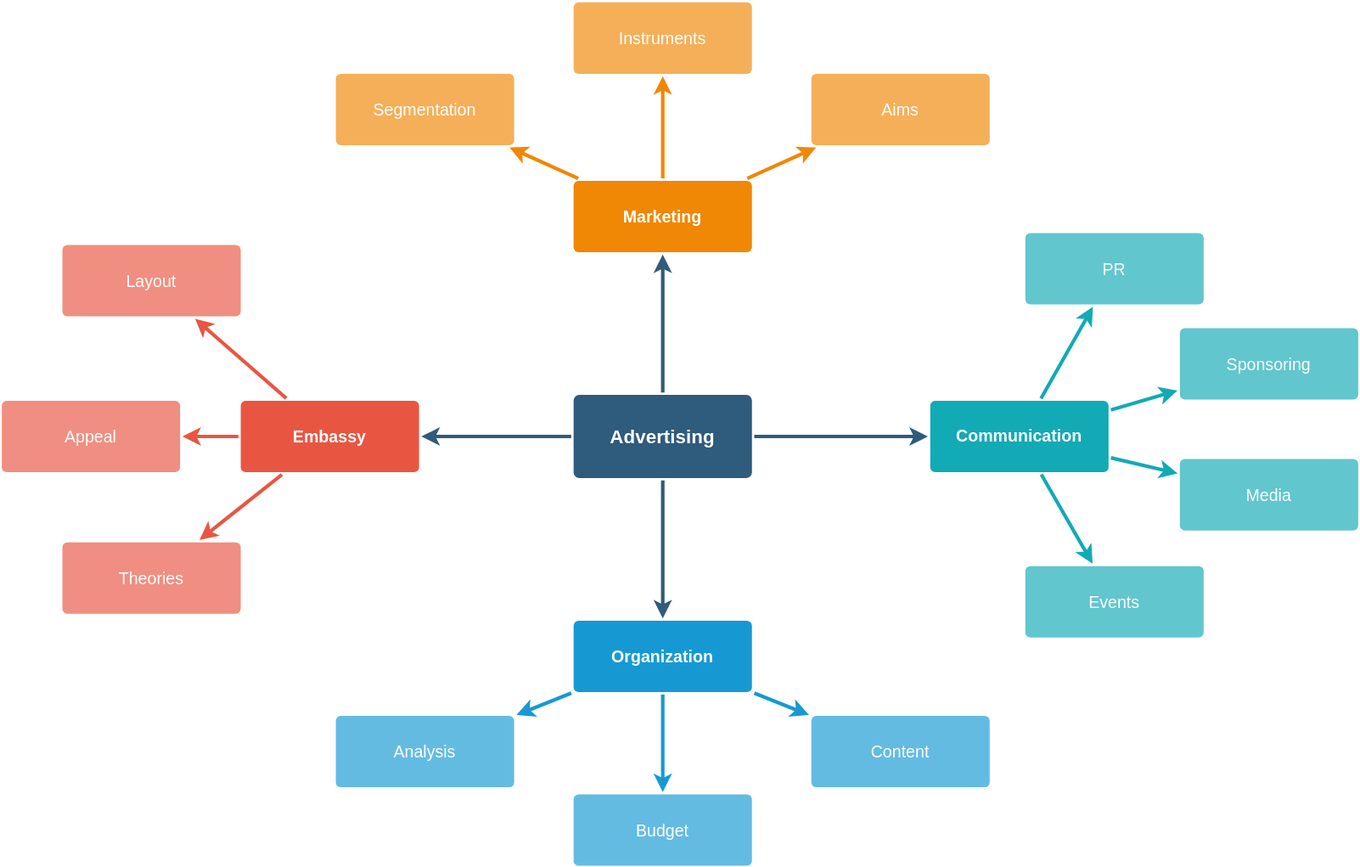
This is Golang/架构图.drawio.svg from yangyangzx/images, a draw.io export, as it was before one commit. Source tidied: cells renumbered, new cells last; positions are measured from the earlier drawing's top-left corner, leaving out a move shared by most shapes. The source it was exported from:
```xml
<mxGraphModel>
  <root>
    <mxCell id="0" />
    <mxCell id="1" parent="0" />
    <mxCell id="2" style="edgeStyle=none;rounded=0;jumpStyle=none;html=1;shadow=0;labelBackgroundColor=none;startArrow=none;startFill=0;endArrow=classic;endFill=1;jettySize=auto;strokeColor=#2F5B7C;strokeWidth=3;fontFamily=Helvetica;fontSize=16;fontColor=#23445D;spacing=5;" parent="1" edge="1" source="6" target="21">
      <mxGeometry relative="1" as="geometry" />
    </mxCell>
    <mxCell id="3" style="edgeStyle=none;rounded=0;jumpStyle=none;html=1;shadow=0;labelBackgroundColor=none;startArrow=none;startFill=0;endArrow=classic;endFill=1;jettySize=auto;strokeColor=#2F5B7C;strokeWidth=3;fontFamily=Helvetica;fontSize=16;fontColor=#23445D;spacing=5;" parent="1" edge="1" source="6" target="28">
      <mxGeometry relative="1" as="geometry" />
    </mxCell>
    <mxCell id="4" style="edgeStyle=none;rounded=0;jumpStyle=none;html=1;shadow=0;labelBackgroundColor=none;startArrow=none;startFill=0;endArrow=classic;endFill=1;jettySize=auto;strokeColor=#2F5B7C;strokeWidth=3;fontFamily=Helvetica;fontSize=16;fontColor=#23445D;spacing=5;" parent="1" edge="1" source="6" target="17">
      <mxGeometry relative="1" as="geometry" />
    </mxCell>
    <mxCell id="5" style="edgeStyle=none;rounded=0;jumpStyle=none;html=1;shadow=0;labelBackgroundColor=none;startArrow=none;startFill=0;endArrow=classic;endFill=1;jettySize=auto;strokeColor=#2F5B7C;strokeWidth=3;fontFamily=Helvetica;fontSize=16;fontColor=#23445D;spacing=5;" parent="1" edge="1" source="6" target="10">
      <mxGeometry relative="1" as="geometry" />
    </mxCell>
    <mxCell id="6" value="Advertising" style="rounded=1;whiteSpace=wrap;html=1;shadow=0;labelBackgroundColor=none;strokeColor=none;strokeWidth=3;fillColor=#2F5B7C;fontFamily=Helvetica;fontSize=16;fontColor=#FFFFFF;align=center;fontStyle=1;spacing=5;arcSize=7;perimeterSpacing=2;" parent="1" vertex="1">
      <mxGeometry x="481" y="330.5" width="150" height="70" as="geometry" />
    </mxCell>
    <mxCell id="7" style="edgeStyle=none;rounded=1;jumpStyle=none;html=1;shadow=0;labelBackgroundColor=none;startArrow=none;startFill=0;jettySize=auto;strokeColor=#E85642;strokeWidth=3;fontFamily=Helvetica;fontSize=14;fontColor=#FFFFFF;spacing=5;fontStyle=1;fillColor=#b0e3e6;" parent="1" edge="1" source="10" target="13">
      <mxGeometry relative="1" as="geometry" />
    </mxCell>
    <mxCell id="8" style="edgeStyle=none;rounded=1;jumpStyle=none;html=1;shadow=0;labelBackgroundColor=none;startArrow=none;startFill=0;jettySize=auto;strokeColor=#E85642;strokeWidth=3;fontFamily=Helvetica;fontSize=14;fontColor=#FFFFFF;spacing=5;fontStyle=1;fillColor=#b0e3e6;" parent="1" edge="1" source="10" target="12">
      <mxGeometry relative="1" as="geometry" />
    </mxCell>
    <mxCell id="9" style="edgeStyle=none;rounded=1;jumpStyle=none;html=1;shadow=0;labelBackgroundColor=none;startArrow=none;startFill=0;jettySize=auto;strokeColor=#E85642;strokeWidth=3;fontFamily=Helvetica;fontSize=14;fontColor=#FFFFFF;spacing=5;fontStyle=1;fillColor=#b0e3e6;" parent="1" edge="1" source="10" target="11">
      <mxGeometry relative="1" as="geometry" />
    </mxCell>
    <mxCell id="10" value="Embassy" style="rounded=1;whiteSpace=wrap;html=1;shadow=0;labelBackgroundColor=none;strokeColor=none;strokeWidth=3;fillColor=#e85642;fontFamily=Helvetica;fontSize=14;fontColor=#FFFFFF;align=center;spacing=5;fontStyle=1;arcSize=7;perimeterSpacing=2;" parent="1" vertex="1">
      <mxGeometry x="201" y="335.5" width="150" height="60" as="geometry" />
    </mxCell>
    <mxCell id="11" value="Theories" style="rounded=1;whiteSpace=wrap;html=1;shadow=0;labelBackgroundColor=none;strokeColor=none;strokeWidth=3;fillColor=#f08e81;fontFamily=Helvetica;fontSize=14;fontColor=#FFFFFF;align=center;spacing=5;fontStyle=0;arcSize=7;perimeterSpacing=2;" parent="1" vertex="1">
      <mxGeometry x="51" y="454.5" width="150" height="60" as="geometry" />
    </mxCell>
    <mxCell id="12" value="Appeal" style="rounded=1;whiteSpace=wrap;html=1;shadow=0;labelBackgroundColor=none;strokeColor=none;strokeWidth=3;fillColor=#f08e81;fontFamily=Helvetica;fontSize=14;fontColor=#FFFFFF;align=center;spacing=5;fontStyle=0;arcSize=7;perimeterSpacing=2;" parent="1" vertex="1">
      <mxGeometry y="335.5" width="150" height="60" as="geometry" />
    </mxCell>
    <mxCell id="13" value="Layout" style="rounded=1;whiteSpace=wrap;html=1;shadow=0;labelBackgroundColor=none;strokeColor=none;strokeWidth=3;fillColor=#f08e81;fontFamily=Helvetica;fontSize=14;fontColor=#FFFFFF;align=center;spacing=5;fontStyle=0;arcSize=7;perimeterSpacing=2;" parent="1" vertex="1">
      <mxGeometry x="51" y="204.5" width="150" height="60" as="geometry" />
    </mxCell>
    <mxCell id="14" style="edgeStyle=none;rounded=0;jumpStyle=none;html=1;shadow=0;labelBackgroundColor=none;startArrow=none;startFill=0;endArrow=classic;endFill=1;jettySize=auto;strokeColor=#1699D3;strokeWidth=3;fontFamily=Helvetica;fontSize=14;fontColor=#FFFFFF;spacing=5;" parent="1" edge="1" source="17" target="20">
      <mxGeometry relative="1" as="geometry" />
    </mxCell>
    <mxCell id="15" style="edgeStyle=none;rounded=0;jumpStyle=none;html=1;shadow=0;labelBackgroundColor=none;startArrow=none;startFill=0;endArrow=classic;endFill=1;jettySize=auto;strokeColor=#1699D3;strokeWidth=3;fontFamily=Helvetica;fontSize=14;fontColor=#FFFFFF;spacing=5;" parent="1" edge="1" source="17" target="19">
      <mxGeometry relative="1" as="geometry" />
    </mxCell>
    <mxCell id="16" style="edgeStyle=none;rounded=0;jumpStyle=none;html=1;shadow=0;labelBackgroundColor=none;startArrow=none;startFill=0;endArrow=classic;endFill=1;jettySize=auto;strokeColor=#1699D3;strokeWidth=3;fontFamily=Helvetica;fontSize=14;fontColor=#FFFFFF;spacing=5;" parent="1" edge="1" source="17" target="18">
      <mxGeometry relative="1" as="geometry" />
    </mxCell>
    <mxCell id="17" value="Organization" style="rounded=1;whiteSpace=wrap;html=1;shadow=0;labelBackgroundColor=none;strokeColor=none;strokeWidth=3;fillColor=#1699d3;fontFamily=Helvetica;fontSize=14;fontColor=#FFFFFF;align=center;spacing=5;fontStyle=1;arcSize=7;perimeterSpacing=2;" parent="1" vertex="1">
      <mxGeometry x="481" y="520.5" width="150" height="60" as="geometry" />
    </mxCell>
    <mxCell id="18" value="Content" style="rounded=1;whiteSpace=wrap;html=1;shadow=0;labelBackgroundColor=none;strokeColor=none;strokeWidth=3;fillColor=#64bbe2;fontFamily=Helvetica;fontSize=14;fontColor=#FFFFFF;align=center;spacing=5;arcSize=7;perimeterSpacing=2;" parent="1" vertex="1">
      <mxGeometry x="681" y="600.5" width="150" height="60" as="geometry" />
    </mxCell>
    <mxCell id="19" value="Budget" style="rounded=1;whiteSpace=wrap;html=1;shadow=0;labelBackgroundColor=none;strokeColor=none;strokeWidth=3;fillColor=#64bbe2;fontFamily=Helvetica;fontSize=14;fontColor=#FFFFFF;align=center;spacing=5;arcSize=7;perimeterSpacing=2;" parent="1" vertex="1">
      <mxGeometry x="481" y="666.5" width="150" height="60" as="geometry" />
    </mxCell>
    <mxCell id="20" value="Analysis" style="rounded=1;whiteSpace=wrap;html=1;shadow=0;labelBackgroundColor=none;strokeColor=none;strokeWidth=3;fillColor=#64bbe2;fontFamily=Helvetica;fontSize=14;fontColor=#FFFFFF;align=center;spacing=5;arcSize=7;perimeterSpacing=2;" parent="1" vertex="1">
      <mxGeometry x="281" y="600.5" width="150" height="60" as="geometry" />
    </mxCell>
    <mxCell id="21" value="Marketing" style="rounded=1;whiteSpace=wrap;html=1;shadow=0;labelBackgroundColor=none;strokeColor=none;strokeWidth=3;fillColor=#F08705;fontFamily=Helvetica;fontSize=14;fontColor=#FFFFFF;align=center;spacing=5;fontStyle=1;arcSize=7;perimeterSpacing=2;" parent="1" vertex="1">
      <mxGeometry x="481" y="150.5" width="150" height="60" as="geometry" />
    </mxCell>
    <mxCell id="22" value="Aims&lt;br&gt;" style="rounded=1;whiteSpace=wrap;html=1;shadow=0;labelBackgroundColor=none;strokeColor=none;strokeWidth=3;fillColor=#f5af58;fontFamily=Helvetica;fontSize=14;fontColor=#FFFFFF;align=center;spacing=5;arcSize=7;perimeterSpacing=2;" parent="1" vertex="1">
      <mxGeometry x="681" y="60.5" width="150" height="60" as="geometry" />
    </mxCell>
    <mxCell id="23" style="edgeStyle=none;rounded=0;jumpStyle=none;html=1;shadow=0;labelBackgroundColor=none;startArrow=none;startFill=0;endArrow=classic;endFill=1;jettySize=auto;strokeColor=#F08705;strokeWidth=3;fontFamily=Helvetica;fontSize=14;fontColor=#FFFFFF;spacing=5;" parent="1" edge="1" source="21" target="22">
      <mxGeometry relative="1" as="geometry" />
    </mxCell>
    <mxCell id="24" value="Instruments" style="rounded=1;whiteSpace=wrap;html=1;shadow=0;labelBackgroundColor=none;strokeColor=none;strokeWidth=3;fillColor=#f5af58;fontFamily=Helvetica;fontSize=14;fontColor=#FFFFFF;align=center;spacing=5;arcSize=7;perimeterSpacing=2;" parent="1" vertex="1">
      <mxGeometry x="481" y="0.5" width="150" height="60" as="geometry" />
    </mxCell>
    <mxCell id="25" style="edgeStyle=none;rounded=0;jumpStyle=none;html=1;shadow=0;labelBackgroundColor=none;startArrow=none;startFill=0;endArrow=classic;endFill=1;jettySize=auto;strokeColor=#F08705;strokeWidth=3;fontFamily=Helvetica;fontSize=14;fontColor=#FFFFFF;spacing=5;" parent="1" edge="1" source="21" target="24">
      <mxGeometry relative="1" as="geometry" />
    </mxCell>
    <mxCell id="26" value="Segmentation" style="rounded=1;whiteSpace=wrap;html=1;shadow=0;labelBackgroundColor=none;strokeColor=none;strokeWidth=3;fillColor=#f5af58;fontFamily=Helvetica;fontSize=14;fontColor=#FFFFFF;align=center;spacing=5;arcSize=7;perimeterSpacing=2;" parent="1" vertex="1">
      <mxGeometry x="281" y="60.5" width="150" height="60" as="geometry" />
    </mxCell>
    <mxCell id="27" style="edgeStyle=none;rounded=0;jumpStyle=none;html=1;shadow=0;labelBackgroundColor=none;startArrow=none;startFill=0;endArrow=classic;endFill=1;jettySize=auto;strokeColor=#F08705;strokeWidth=3;fontFamily=Helvetica;fontSize=14;fontColor=#FFFFFF;spacing=5;" parent="1" edge="1" source="21" target="26">
      <mxGeometry relative="1" as="geometry" />
    </mxCell>
    <mxCell id="28" value="Communication" style="rounded=1;whiteSpace=wrap;html=1;shadow=0;labelBackgroundColor=none;strokeColor=none;strokeWidth=3;fillColor=#12aab5;fontFamily=Helvetica;fontSize=14;fontColor=#FFFFFF;align=center;spacing=5;fontStyle=1;arcSize=7;perimeterSpacing=2;" parent="1" vertex="1">
      <mxGeometry x="781" y="335.5" width="150" height="60" as="geometry" />
    </mxCell>
    <mxCell id="29" value="Events" style="rounded=1;whiteSpace=wrap;html=1;shadow=0;labelBackgroundColor=none;strokeColor=none;strokeWidth=3;fillColor=#61c6ce;fontFamily=Helvetica;fontSize=14;fontColor=#FFFFFF;align=center;spacing=5;fontStyle=0;arcSize=7;perimeterSpacing=2;" parent="1" vertex="1">
      <mxGeometry x="861" y="474.5" width="150" height="60" as="geometry" />
    </mxCell>
    <mxCell id="30" style="edgeStyle=none;rounded=1;jumpStyle=none;html=1;shadow=0;labelBackgroundColor=none;startArrow=none;startFill=0;jettySize=auto;strokeColor=#12AAB5;strokeWidth=3;fontFamily=Helvetica;fontSize=14;fontColor=#FFFFFF;spacing=5;fontStyle=1;fillColor=#b0e3e6;" parent="1" edge="1" source="28" target="29">
      <mxGeometry relative="1" as="geometry" />
    </mxCell>
    <mxCell id="31" value="Media" style="rounded=1;whiteSpace=wrap;html=1;shadow=0;labelBackgroundColor=none;strokeColor=none;strokeWidth=3;fillColor=#61c6ce;fontFamily=Helvetica;fontSize=14;fontColor=#FFFFFF;align=center;spacing=5;fontStyle=0;arcSize=7;perimeterSpacing=2;" parent="1" vertex="1">
      <mxGeometry x="991" y="384.5" width="150" height="60" as="geometry" />
    </mxCell>
    <mxCell id="32" style="edgeStyle=none;rounded=1;jumpStyle=none;html=1;shadow=0;labelBackgroundColor=none;startArrow=none;startFill=0;jettySize=auto;strokeColor=#12AAB5;strokeWidth=3;fontFamily=Helvetica;fontSize=14;fontColor=#FFFFFF;spacing=5;fontStyle=1;fillColor=#b0e3e6;" parent="1" edge="1" source="28" target="31">
      <mxGeometry relative="1" as="geometry" />
    </mxCell>
    <mxCell id="33" value="Sponsoring" style="rounded=1;whiteSpace=wrap;html=1;shadow=0;labelBackgroundColor=none;strokeColor=none;strokeWidth=3;fillColor=#61c6ce;fontFamily=Helvetica;fontSize=14;fontColor=#FFFFFF;align=center;spacing=5;fontStyle=0;arcSize=7;perimeterSpacing=2;" parent="1" vertex="1">
      <mxGeometry x="991" y="274.5" width="150" height="60" as="geometry" />
    </mxCell>
    <mxCell id="34" style="edgeStyle=none;rounded=1;jumpStyle=none;html=1;shadow=0;labelBackgroundColor=none;startArrow=none;startFill=0;jettySize=auto;strokeColor=#12AAB5;strokeWidth=3;fontFamily=Helvetica;fontSize=14;fontColor=#FFFFFF;spacing=5;fontStyle=1;fillColor=#b0e3e6;" parent="1" edge="1" source="28" target="33">
      <mxGeometry relative="1" as="geometry" />
    </mxCell>
    <mxCell id="35" value="PR" style="rounded=1;whiteSpace=wrap;html=1;shadow=0;labelBackgroundColor=none;strokeColor=none;strokeWidth=3;fillColor=#61c6ce;fontFamily=Helvetica;fontSize=14;fontColor=#FFFFFF;align=center;spacing=5;fontStyle=0;arcSize=7;perimeterSpacing=2;" parent="1" vertex="1">
      <mxGeometry x="861" y="194.5" width="150" height="60" as="geometry" />
    </mxCell>
    <mxCell id="36" style="edgeStyle=none;rounded=1;jumpStyle=none;html=1;shadow=0;labelBackgroundColor=none;startArrow=none;startFill=0;jettySize=auto;strokeColor=#12AAB5;strokeWidth=3;fontFamily=Helvetica;fontSize=14;fontColor=#FFFFFF;spacing=5;fontStyle=1;fillColor=#b0e3e6;" parent="1" edge="1" source="28" target="35">
      <mxGeometry relative="1" as="geometry" />
    </mxCell>
  </root>
</mxGraphModel>
```
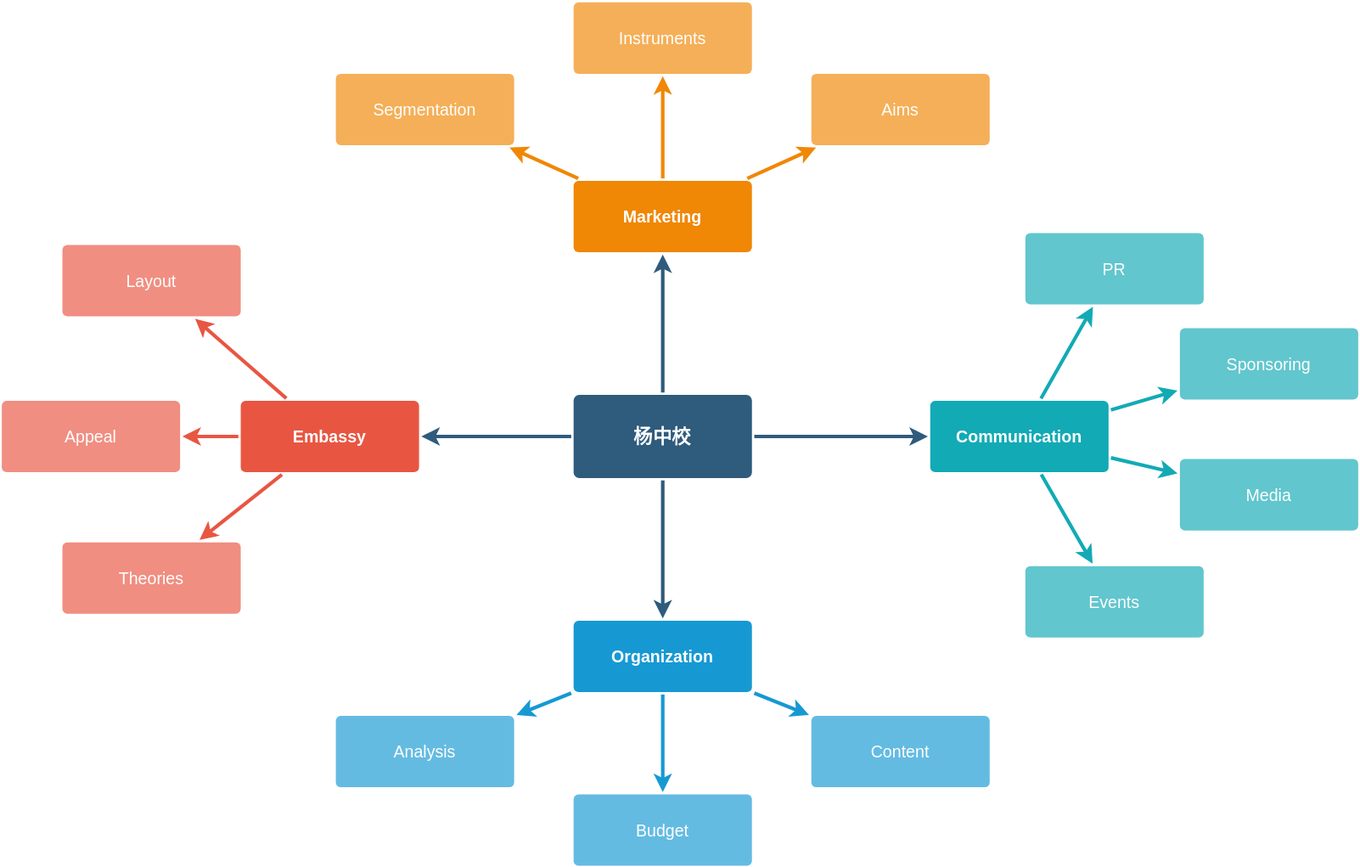
The same file after the commit.

Commit message:
更新架构图.drawio.svg

Change to the diagram source:
```diff
@@ -14,7 +14,7 @@
     <mxCell id="5" style="edgeStyle=none;rounded=0;jumpStyle=none;html=1;shadow=0;labelBackgroundColor=none;startArrow=none;startFill=0;endArrow=classic;endFill=1;jettySize=auto;strokeColor=#2F5B7C;strokeWidth=3;fontFamily=Helvetica;fontSize=16;fontColor=#23445D;spacing=5;" parent="1" edge="1" source="6" target="10">
       <mxGeometry relative="1" as="geometry" />
     </mxCell>
-    <mxCell id="6" value="Advertising" style="rounded=1;whiteSpace=wrap;html=1;shadow=0;labelBackgroundColor=none;strokeColor=none;strokeWidth=3;fillColor=#2F5B7C;fontFamily=Helvetica;fontSize=16;fontColor=#FFFFFF;align=center;fontStyle=1;spacing=5;arcSize=7;perimeterSpacing=2;" parent="1" vertex="1">
+    <mxCell id="6" value="杨中校" style="rounded=1;whiteSpace=wrap;html=1;shadow=0;labelBackgroundColor=none;strokeColor=none;strokeWidth=3;fillColor=#2F5B7C;fontFamily=Helvetica;fontSize=16;fontColor=#FFFFFF;align=center;fontStyle=1;spacing=5;arcSize=7;perimeterSpacing=2;" parent="1" vertex="1">
       <mxGeometry x="481" y="330.5" width="150" height="70" as="geometry" />
     </mxCell>
     <mxCell id="7" style="edgeStyle=none;rounded=1;jumpStyle=none;html=1;shadow=0;labelBackgroundColor=none;startArrow=none;startFill=0;jettySize=auto;strokeColor=#E85642;strokeWidth=3;fontFamily=Helvetica;fontSize=14;fontColor=#FFFFFF;spacing=5;fontStyle=1;fillColor=#b0e3e6;" parent="1" edge="1" source="10" target="13">
```
